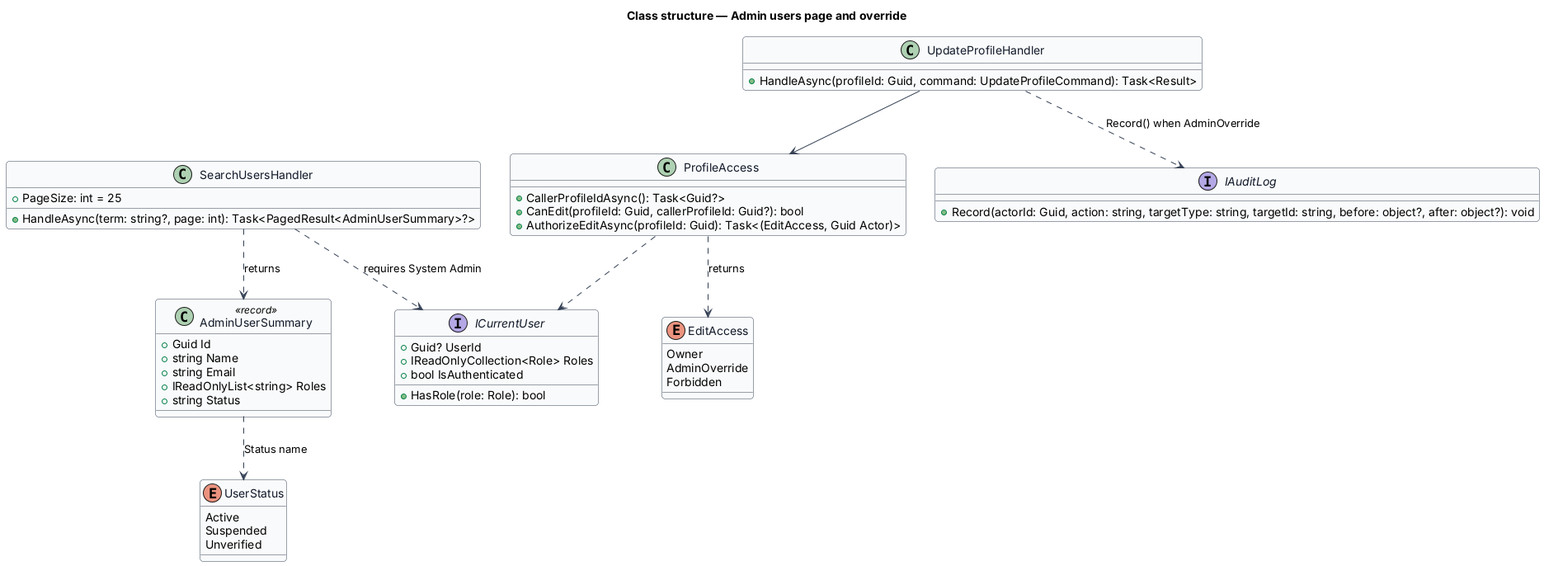
Earlier version of the PlantUML export docs/detailed-designs/admin/admin-users-and-override/diagrams/class-structure.png (QuinntyneBrown/faithtech-community). The source it was exported from:
```plantuml
@startuml
skinparam backgroundColor #FFFFFF
skinparam shadowing false
skinparam roundcorner 8
skinparam defaultFontName Arial
skinparam ArrowColor #344054
skinparam class {
  BorderColor #344054
  FontColor #101828
  BackgroundColor #F9FAFB
}
title Class structure — Admin users page and override
enum UserStatus {
  Active
  Suspended
  Unverified
}
class AdminUserSummary <<record>> {
  +Guid Id
  +string Name
  +string Email
  +IReadOnlyList<string> Roles
  +string Status
}
class SearchUsersHandler {
  +PageSize: int = 25
  +HandleAsync(term: string?, page: int): Task<PagedResult<AdminUserSummary>?>
}
interface ICurrentUser {
  +Guid? UserId
  +IReadOnlyCollection<Role> Roles
  +bool IsAuthenticated
  +HasRole(role: Role): bool
}
enum EditAccess {
  Owner
  AdminOverride
  Forbidden
}
class ProfileAccess {
  +CallerProfileIdAsync(): Task<Guid?>
  +CanEdit(profileId: Guid, callerProfileId: Guid?): bool
  +AuthorizeEditAsync(profileId: Guid): Task<(EditAccess, Guid Actor)>
}
class UpdateProfileHandler {
  +HandleAsync(profileId: Guid, command: UpdateProfileCommand): Task<Result>
}
interface IAuditLog {
  +Record(actorId: Guid, action: string, targetType: string, targetId: string, before: object?, after: object?): void
}
SearchUsersHandler ..> ICurrentUser : requires System Admin
SearchUsersHandler ..> AdminUserSummary : returns
AdminUserSummary ..> UserStatus : Status name
ProfileAccess ..> ICurrentUser
ProfileAccess ..> EditAccess : returns
UpdateProfileHandler --> ProfileAccess
UpdateProfileHandler ..> IAuditLog : Record() when AdminOverride
@enduml
```
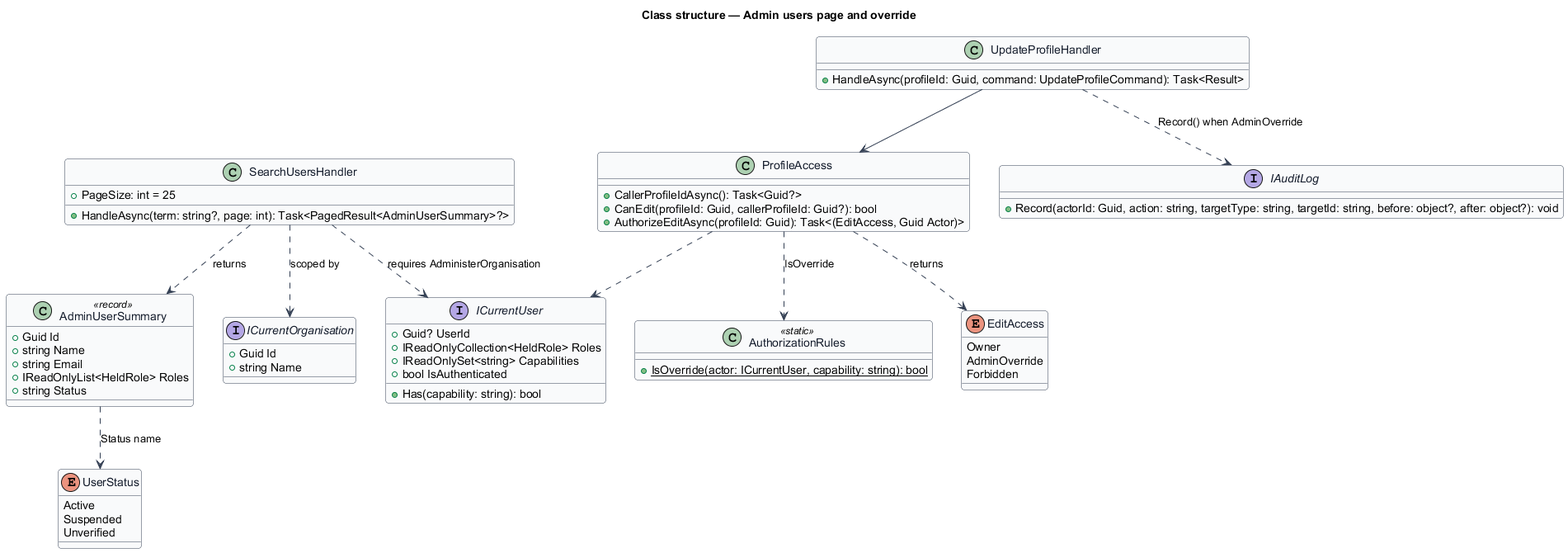
The same diagram one commit later.

What changed in the source:
```diff
@@ -19,18 +19,26 @@
   +Guid Id
   +string Name
   +string Email
-  +IReadOnlyList<string> Roles
+  +IReadOnlyList<HeldRole> Roles
   +string Status
 }
 class SearchUsersHandler {
   +PageSize: int = 25
   +HandleAsync(term: string?, page: int): Task<PagedResult<AdminUserSummary>?>
 }
+interface ICurrentOrganisation {
+  +Guid Id
+  +string Name
+}
 interface ICurrentUser {
   +Guid? UserId
-  +IReadOnlyCollection<Role> Roles
+  +IReadOnlyCollection<HeldRole> Roles
+  +IReadOnlySet<string> Capabilities
   +bool IsAuthenticated
-  +HasRole(role: Role): bool
+  +Has(capability: string): bool
+}
+class AuthorizationRules <<static>> {
+  +{static} IsOverride(actor: ICurrentUser, capability: string): bool
 }
 enum EditAccess {
   Owner
@@ -48,10 +56,12 @@
 interface IAuditLog {
   +Record(actorId: Guid, action: string, targetType: string, targetId: string, before: object?, after: object?): void
 }
-SearchUsersHandler ..> ICurrentUser : requires System Admin
+SearchUsersHandler ..> ICurrentUser : requires AdministerOrganisation
+SearchUsersHandler ..> ICurrentOrganisation : scoped by
 SearchUsersHandler ..> AdminUserSummary : returns
 AdminUserSummary ..> UserStatus : Status name
 ProfileAccess ..> ICurrentUser
+ProfileAccess ..> AuthorizationRules : IsOverride
 ProfileAccess ..> EditAccess : returns
 UpdateProfileHandler --> ProfileAccess
 UpdateProfileHandler ..> IAuditLog : Record() when AdminOverride
```
